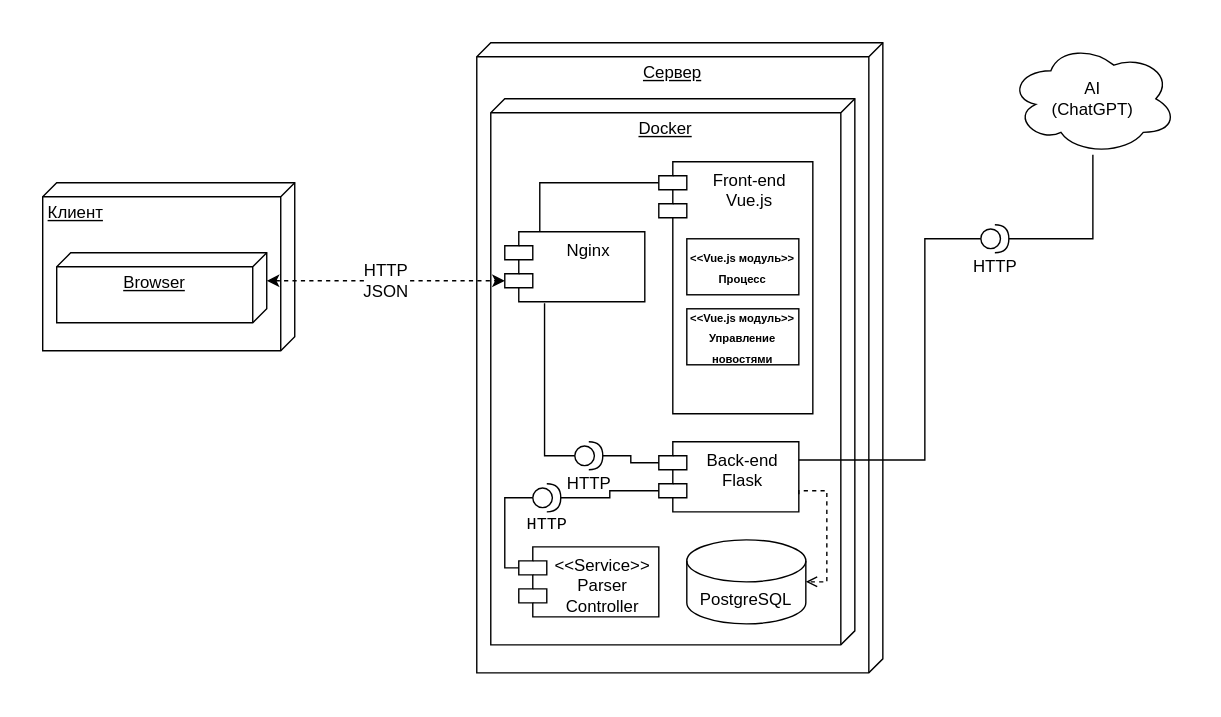
0hJonny/Diplom_60701_ keeps this draw.io diagram as Диаграммы/componentsDiagram.svg. Above is the earlier version. Source tidied: cells renumbered, new cells last; positions are measured from the earlier drawing's top-left corner, leaving out a move shared by most shapes.
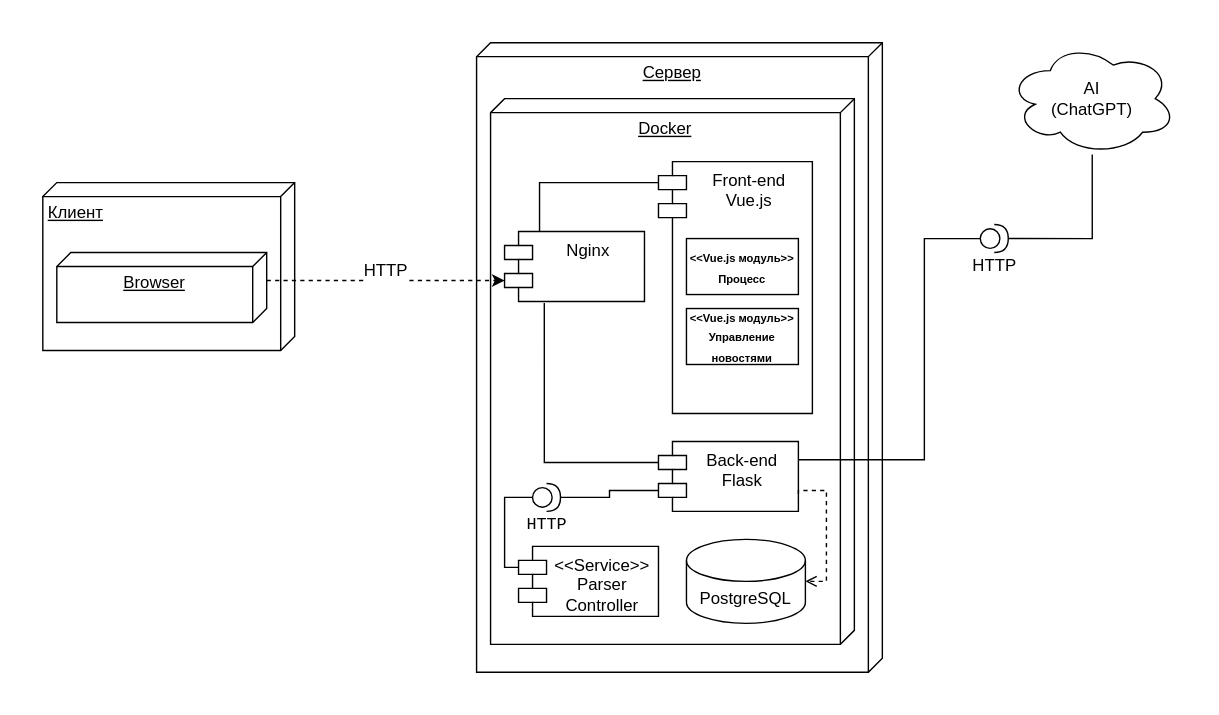
Above is the later version.

Change to the diagram source:
```diff
@@ -63,10 +63,7 @@
     <mxCell id="16" value="&lt;div&gt;Front-end&lt;/div&gt;&lt;div&gt;Vue.js&lt;/div&gt;" style="shape=module;align=left;spacingLeft=20;align=center;verticalAlign=top;whiteSpace=wrap;html=1;" parent="1" vertex="1">
       <mxGeometry x="440" y="85" width="110" height="180" as="geometry" />
     </mxCell>
-    <mxCell id="17" value="HTTP" style="shape=providedRequiredInterface;html=1;verticalLabelPosition=bottom;sketch=0;" parent="1" vertex="1">
-      <mxGeometry x="380" y="285" width="20" height="20" as="geometry" />
-    </mxCell>
-    <mxCell id="18" value="&lt;font style=&quot;font-size: 12px;&quot;&gt;HTTP&lt;br&gt;JSON&lt;br&gt;&lt;/font&gt;" style="edgeStyle=orthogonalEdgeStyle;rounded=0;jettySize=auto;html=1;exitX=0;exitY=0;exitDx=20;exitDy=0;exitPerimeter=0;entryX=0;entryY=0;entryDx=0;entryDy=35;entryPerimeter=0;dashed=1;startArrow=classic;startFill=1;" parent="1" edge="1" source="3" target="22">
+    <mxCell id="18" value="&lt;font style=&quot;font-size: 12px;&quot;&gt;HTTP&lt;br&gt;&lt;br&gt;&lt;/font&gt;" style="edgeStyle=orthogonalEdgeStyle;rounded=0;jettySize=auto;html=1;exitX=0;exitY=0;exitDx=20;exitDy=0;exitPerimeter=0;entryX=0;entryY=0;entryDx=0;entryDy=35;entryPerimeter=0;dashed=1;startArrow=none;startFill=0;" parent="1" edge="1" source="3" target="22">
       <mxGeometry relative="1" as="geometry" />
     </mxCell>
     <mxCell id="19" style="edgeStyle=orthogonalEdgeStyle;rounded=0;jettySize=auto;html=1;entryX=0;entryY=0;entryDx=0;entryDy=35;entryPerimeter=0;endArrow=none;endFill=0;" parent="1" edge="1" source="9" target="6">
@@ -80,13 +77,10 @@
         </Array>
       </mxGeometry>
     </mxCell>
-    <mxCell id="21" style="edgeStyle=orthogonalEdgeStyle;rounded=0;jettySize=auto;html=1;entryX=0;entryY=0;entryDx=0;entryDy=15;entryPerimeter=0;endArrow=none;endFill=0;" parent="1" edge="1" source="17" target="6">
-      <mxGeometry relative="1" as="geometry" />
-    </mxCell>
     <mxCell id="22" value="&lt;font style=&quot;&quot;&gt;Nginx&lt;br&gt;&lt;/font&gt;" style="shape=module;align=left;spacingLeft=20;align=center;verticalAlign=top;whiteSpace=wrap;html=1;" parent="1" vertex="1">
       <mxGeometry x="330" y="135" width="100" height="50" as="geometry" />
     </mxCell>
-    <mxCell id="23" style="edgeStyle=orthogonalEdgeStyle;rounded=0;jettySize=auto;html=1;entryX=0;entryY=0.5;entryDx=0;entryDy=0;entryPerimeter=0;endArrow=none;endFill=0;exitX=0.284;exitY=1.02;exitDx=0;exitDy=0;exitPerimeter=0;" parent="1" edge="1" source="22" target="17">
+    <mxCell id="23" style="edgeStyle=orthogonalEdgeStyle;rounded=0;jettySize=auto;html=1;endArrow=none;endFill=0;exitX=0.284;exitY=1.02;exitDx=0;exitDy=0;exitPerimeter=0;entryX=0;entryY=0;entryDx=0;entryDy=15;entryPerimeter=0;" parent="1" edge="1" source="22" target="6">
       <mxGeometry relative="1" as="geometry" />
     </mxCell>
     <mxCell id="24" value="&lt;b style=&quot;border-color: var(--border-color); font-size: 8px;&quot;&gt;&amp;lt;&amp;lt;Vue.js модуль&amp;gt;&amp;gt;&lt;br style=&quot;border-color: var(--border-color);&quot;&gt;Процесс&lt;/b&gt;" style="rounded=0;whiteSpace=wrap;html=1;" parent="1" vertex="1">
```
